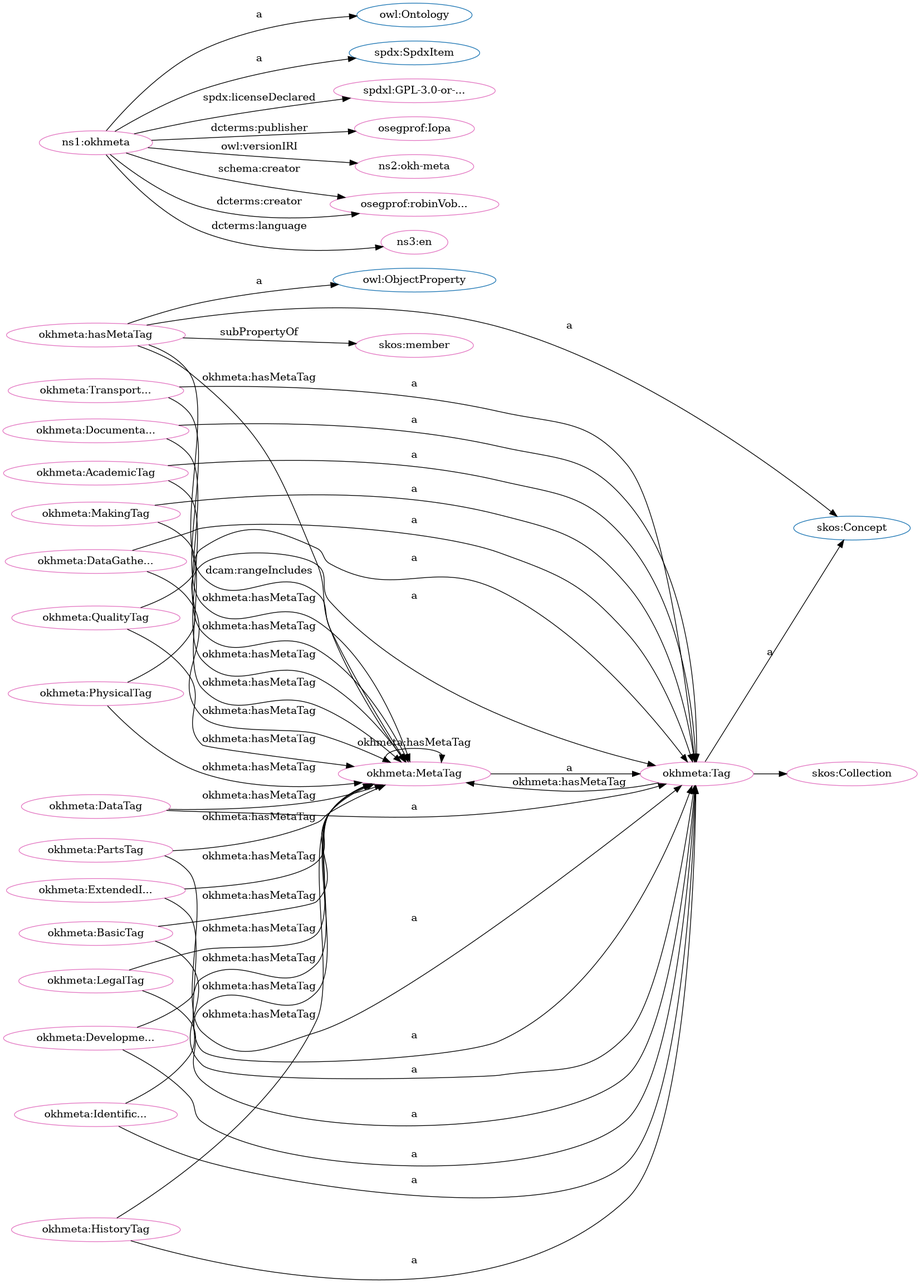
iop-alliance/OpenKnowHow keeps this Graphviz diagram as src/spec/dot_okh-meta.png. Above is the earlier version. Its source is kept beside it as src/spec/dot_okh-meta.dot.
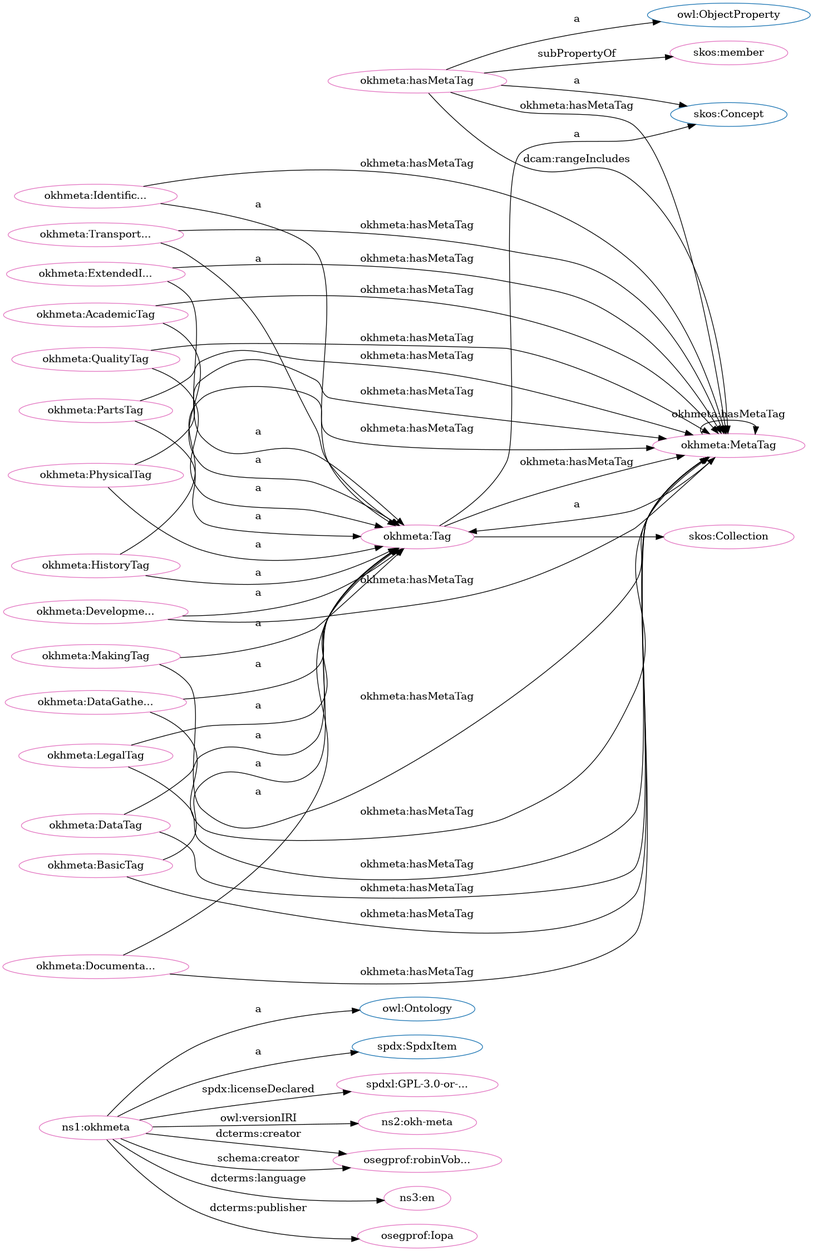
After the commit.

The edit, as a diff of the source:
```diff
@@ -1,84 +1,84 @@
 digraph G {
   rankdir=BT
   node[height=.3]
+"http://www.w3.org/2002/07/owl#Ontology" [fillcolor="#1f77b4" color="#1f77b4" label="owl:Ontology"]
+"http://www.w3.org/2004/02/skos/core#Collection" [fillcolor="#1f77b4" color="#1f77b4" label="skos:Collection"]
+"http://spdx.org/rdf/terms#SpdxItem" [fillcolor="#1f77b4" color="#1f77b4" label="spdx:SpdxItem"]
+"http://www.w3.org/2004/02/skos/core#Concept" [fillcolor="#1f77b4" color="#1f77b4" label="skos:Concept"]
 "http://www.w3.org/2002/07/owl#ObjectProperty" [fillcolor="#1f77b4" color="#1f77b4" label="owl:ObjectProperty"]
 "http://w3id.org/oseg/ont/okhmeta#Tag" [fillcolor="#1f77b4" color="#1f77b4" label="okhmeta:Tag"]
-"http://www.w3.org/2004/02/skos/core#Collection" [fillcolor="#1f77b4" color="#1f77b4" label="skos:Collection"]
-"http://www.w3.org/2004/02/skos/core#Concept" [fillcolor="#1f77b4" color="#1f77b4" label="skos:Concept"]
-"http://www.w3.org/2002/07/owl#Ontology" [fillcolor="#1f77b4" color="#1f77b4" label="owl:Ontology"]
-"http://spdx.org/rdf/terms#SpdxItem" [fillcolor="#1f77b4" color="#1f77b4" label="spdx:SpdxItem"]
+"http://w3id.org/oseg/ont/okhmeta" [fillcolor="#e377c2" color="#e377c2" label="ns1:okhmeta"]
+"http://w3id.org/oseg/ont/okhmeta#QualityTag" [fillcolor="#e377c2" color="#e377c2" label="okhmeta:QualityTag"]
+"http://spdx.org/licenses/GPL-3.0-or-later" [fillcolor="#e377c2" color="#e377c2" label="spdxl:GPL-3.0-or-..."]
+"http://w3id.org/oseg/ont/1.1.0/okh-meta" [fillcolor="#e377c2" color="#e377c2" label="ns2:okh-meta"]
 "http://w3id.org/oseg/ont/okhmeta#MetaTag" [fillcolor="#e377c2" color="#e377c2" label="okhmeta:MetaTag"]
-"http://spdx.org/licenses/GPL-3.0-or-later" [fillcolor="#e377c2" color="#e377c2" label="spdxl:GPL-3.0-or-..."]
+"http://w3id.org/oseg/ont/okhmeta#Tag" [fillcolor="#e377c2" color="#e377c2" label="okhmeta:Tag"]
+"http://w3id.org/oseg/ont/okhmeta#DataTag" [fillcolor="#e377c2" color="#e377c2" label="okhmeta:DataTag"]
+"http://w3id.org/oseg/ont/okhmeta#IdentificationTag" [fillcolor="#e377c2" color="#e377c2" label="okhmeta:Identific..."]
+"http://w3id.org/oseg/ont/okhmeta#MakingTag" [fillcolor="#e377c2" color="#e377c2" label="okhmeta:MakingTag"]
+"http://w3id.org/oseg/ont/okhmeta#LegalTag" [fillcolor="#e377c2" color="#e377c2" label="okhmeta:LegalTag"]
+"http://www.w3.org/2004/02/skos/core#member" [fillcolor="#e377c2" color="#e377c2" label="skos:member"]
+"http://w3id.org/oseg/ont/okhmeta#TransportationTag" [fillcolor="#e377c2" color="#e377c2" label="okhmeta:Transport..."]
+"http://w3id.org/oseg/ont/okhmeta#ExtendedInfoTag" [fillcolor="#e377c2" color="#e377c2" label="okhmeta:ExtendedI..."]
+"http://w3id.org/oseg/ont/oseg-profiles#robinVobruba" [fillcolor="#e377c2" color="#e377c2" label="osegprof:robinVob..."]
+"http://w3id.org/oseg/ont/okhmeta#DevelopmentTag" [fillcolor="#e377c2" color="#e377c2" label="okhmeta:Developme..."]
+"http://w3id.org/oseg/ont/okhmeta#DocumentationTag" [fillcolor="#e377c2" color="#e377c2" label="okhmeta:Documenta..."]
 "http://w3id.org/oseg/ont/okhmeta#hasMetaTag" [fillcolor="#e377c2" color="#e377c2" label="okhmeta:hasMetaTag"]
-"http://w3id.org/oseg/ont/okhmeta#MakingTag" [fillcolor="#e377c2" color="#e377c2" label="okhmeta:MakingTag"]
+"http://w3id.org/oseg/ont/okhmeta#PhysicalTag" [fillcolor="#e377c2" color="#e377c2" label="okhmeta:PhysicalTag"]
+"http://w3id.org/oseg/ont/okhmeta#BasicTag" [fillcolor="#e377c2" color="#e377c2" label="okhmeta:BasicTag"]
 "http://w3id.org/oseg/ont/okhmeta#HistoryTag" [fillcolor="#e377c2" color="#e377c2" label="okhmeta:HistoryTag"]
 "http://w3id.org/oseg/ont/okhmeta#DataGatheringTag" [fillcolor="#e377c2" color="#e377c2" label="okhmeta:DataGathe..."]
-"http://w3id.org/oseg/ont/okhmeta#BasicTag" [fillcolor="#e377c2" color="#e377c2" label="okhmeta:BasicTag"]
-"http://w3id.org/oseg/ont/okhmeta#DataTag" [fillcolor="#e377c2" color="#e377c2" label="okhmeta:DataTag"]
+"http://w3id.org/oseg/ont/okhmeta#PartsTag" [fillcolor="#e377c2" color="#e377c2" label="okhmeta:PartsTag"]
+"http://id.loc.gov/vocabulary/iso639-1/en" [fillcolor="#e377c2" color="#e377c2" label="ns3:en"]
+"http://www.w3.org/2004/02/skos/core#Collection" [fillcolor="#e377c2" color="#e377c2" label="skos:Collection"]
+"http://w3id.org/oseg/ont/okhmeta#AcademicTag" [fillcolor="#e377c2" color="#e377c2" label="okhmeta:AcademicTag"]
 "http://w3id.org/oseg/ont/oseg-profiles#Iopa" [fillcolor="#e377c2" color="#e377c2" label="osegprof:Iopa"]
-"http://w3id.org/oseg/ont/okhmeta#DocumentationTag" [fillcolor="#e377c2" color="#e377c2" label="okhmeta:Documenta..."]
-"http://w3id.org/oseg/ont/okhmeta" [fillcolor="#e377c2" color="#e377c2" label="ns1:okhmeta"]
-"http://w3id.org/oseg/ont/okhmeta#PhysicalTag" [fillcolor="#e377c2" color="#e377c2" label="okhmeta:PhysicalTag"]
-"http://w3id.org/oseg/ont/okhmeta#AcademicTag" [fillcolor="#e377c2" color="#e377c2" label="okhmeta:AcademicTag"]
-"http://w3id.org/oseg/ont/okhmeta#IdentificationTag" [fillcolor="#e377c2" color="#e377c2" label="okhmeta:Identific..."]
-"http://w3id.org/oseg/ont/1.1.0/okh-meta" [fillcolor="#e377c2" color="#e377c2" label="ns2:okh-meta"]
-"http://w3id.org/oseg/ont/oseg-profiles#robinVobruba" [fillcolor="#e377c2" color="#e377c2" label="osegprof:robinVob..."]
-"http://w3id.org/oseg/ont/okhmeta#PartsTag" [fillcolor="#e377c2" color="#e377c2" label="okhmeta:PartsTag"]
-"http://www.w3.org/2004/02/skos/core#Collection" [fillcolor="#e377c2" color="#e377c2" label="skos:Collection"]
-"http://w3id.org/oseg/ont/okhmeta#Tag" [fillcolor="#e377c2" color="#e377c2" label="okhmeta:Tag"]
-"http://w3id.org/oseg/ont/okhmeta#TransportationTag" [fillcolor="#e377c2" color="#e377c2" label="okhmeta:Transport..."]
-"http://id.loc.gov/vocabulary/iso639-1/en" [fillcolor="#e377c2" color="#e377c2" label="ns3:en"]
-"http://www.w3.org/2004/02/skos/core#member" [fillcolor="#e377c2" color="#e377c2" label="skos:member"]
-"http://w3id.org/oseg/ont/okhmeta#ExtendedInfoTag" [fillcolor="#e377c2" color="#e377c2" label="okhmeta:ExtendedI..."]
-"http://w3id.org/oseg/ont/okhmeta#LegalTag" [fillcolor="#e377c2" color="#e377c2" label="okhmeta:LegalTag"]
-"http://w3id.org/oseg/ont/okhmeta#DevelopmentTag" [fillcolor="#e377c2" color="#e377c2" label="okhmeta:Developme..."]
-"http://w3id.org/oseg/ont/okhmeta#QualityTag" [fillcolor="#e377c2" color="#e377c2" label="okhmeta:QualityTag"]
+  "http://w3id.org/oseg/ont/okhmeta#QualityTag" -> "http://w3id.org/oseg/ont/okhmeta#Tag" [label="a"]
+  "http://w3id.org/oseg/ont/okhmeta#hasMetaTag" -> "http://w3id.org/oseg/ont/okhmeta#MetaTag" [label="okhmeta:hasMetaTag"]
+  "http://w3id.org/oseg/ont/okhmeta#DataTag" -> "http://w3id.org/oseg/ont/okhmeta#Tag" [label="a"]
+  "http://w3id.org/oseg/ont/okhmeta#QualityTag" -> "http://w3id.org/oseg/ont/okhmeta#MetaTag" [label="okhmeta:hasMetaTag"]
+  "http://w3id.org/oseg/ont/okhmeta" -> "http://www.w3.org/2002/07/owl#Ontology" [label="a"]
+  "http://w3id.org/oseg/ont/okhmeta#ExtendedInfoTag" -> "http://w3id.org/oseg/ont/okhmeta#Tag" [label="a"]
+  "http://w3id.org/oseg/ont/okhmeta" -> "http://w3id.org/oseg/ont/oseg-profiles#robinVobruba" [label="dcterms:creator"]
+  "http://w3id.org/oseg/ont/okhmeta#ExtendedInfoTag" -> "http://w3id.org/oseg/ont/okhmeta#MetaTag" [label="okhmeta:hasMetaTag"]
+  "http://w3id.org/oseg/ont/okhmeta#DevelopmentTag" -> "http://w3id.org/oseg/ont/okhmeta#Tag" [label="a"]
+  "http://w3id.org/oseg/ont/okhmeta#DocumentationTag" -> "http://w3id.org/oseg/ont/okhmeta#Tag" [label="a"]
+  "http://w3id.org/oseg/ont/okhmeta#PhysicalTag" -> "http://w3id.org/oseg/ont/okhmeta#Tag" [label="a"]
+  "http://w3id.org/oseg/ont/okhmeta#MetaTag" -> "http://w3id.org/oseg/ont/okhmeta#Tag" [label="a"]
+  "http://w3id.org/oseg/ont/okhmeta#DevelopmentTag" -> "http://w3id.org/oseg/ont/okhmeta#MetaTag" [label="okhmeta:hasMetaTag"]
+  "http://w3id.org/oseg/ont/okhmeta#DocumentationTag" -> "http://w3id.org/oseg/ont/okhmeta#MetaTag" [label="okhmeta:hasMetaTag"]
+  "http://w3id.org/oseg/ont/okhmeta#PhysicalTag" -> "http://w3id.org/oseg/ont/okhmeta#MetaTag" [label="okhmeta:hasMetaTag"]
+  "http://w3id.org/oseg/ont/okhmeta#hasMetaTag" -> "http://www.w3.org/2004/02/skos/core#Concept" [label="a"]
+  "http://w3id.org/oseg/ont/okhmeta#DataGatheringTag" -> "http://w3id.org/oseg/ont/okhmeta#MetaTag" [label="okhmeta:hasMetaTag"]
+  "http://w3id.org/oseg/ont/okhmeta#DataGatheringTag" -> "http://w3id.org/oseg/ont/okhmeta#Tag" [label="a"]
+  "http://w3id.org/oseg/ont/okhmeta#DataTag" -> "http://w3id.org/oseg/ont/okhmeta#MetaTag" [label="okhmeta:hasMetaTag"]
+  "http://w3id.org/oseg/ont/okhmeta#PartsTag" -> "http://w3id.org/oseg/ont/okhmeta#Tag" [label="a"]
+  "http://w3id.org/oseg/ont/okhmeta#HistoryTag" -> "http://w3id.org/oseg/ont/okhmeta#MetaTag" [label="okhmeta:hasMetaTag"]
+  "http://w3id.org/oseg/ont/okhmeta#Tag" -> "http://www.w3.org/2004/02/skos/core#Collection" [label=""]
+  "http://w3id.org/oseg/ont/okhmeta#AcademicTag" -> "http://w3id.org/oseg/ont/okhmeta#MetaTag" [label="okhmeta:hasMetaTag"]
+  "http://w3id.org/oseg/ont/okhmeta#AcademicTag" -> "http://w3id.org/oseg/ont/okhmeta#Tag" [label="a"]
+  "http://w3id.org/oseg/ont/okhmeta#PartsTag" -> "http://w3id.org/oseg/ont/okhmeta#MetaTag" [label="okhmeta:hasMetaTag"]
+  "http://w3id.org/oseg/ont/okhmeta" -> "http://w3id.org/oseg/ont/oseg-profiles#Iopa" [label="dcterms:publisher"]
+  "http://w3id.org/oseg/ont/okhmeta" -> "http://spdx.org/rdf/terms#SpdxItem" [label="a"]
+  "http://w3id.org/oseg/ont/okhmeta" -> "http://spdx.org/licenses/GPL-3.0-or-later" [label="spdx:licenseDeclared"]
+  "http://w3id.org/oseg/ont/okhmeta" -> "http://w3id.org/oseg/ont/1.1.0/okh-meta" [label="owl:versionIRI"]
+  "http://w3id.org/oseg/ont/okhmeta#Tag" -> "http://www.w3.org/2004/02/skos/core#Concept" [label="a"]
+  "http://w3id.org/oseg/ont/okhmeta#IdentificationTag" -> "http://w3id.org/oseg/ont/okhmeta#MetaTag" [label="okhmeta:hasMetaTag"]
+  "http://w3id.org/oseg/ont/okhmeta#IdentificationTag" -> "http://w3id.org/oseg/ont/okhmeta#Tag" [label="a"]
+  "http://w3id.org/oseg/ont/okhmeta#MakingTag" -> "http://w3id.org/oseg/ont/okhmeta#Tag" [label="a"]
+  "http://w3id.org/oseg/ont/okhmeta#MetaTag" -> "http://w3id.org/oseg/ont/okhmeta#MetaTag" [label="okhmeta:hasMetaTag"]
+  "http://w3id.org/oseg/ont/okhmeta#MakingTag" -> "http://w3id.org/oseg/ont/okhmeta#MetaTag" [label="okhmeta:hasMetaTag"]
+  "http://w3id.org/oseg/ont/okhmeta#LegalTag" -> "http://w3id.org/oseg/ont/okhmeta#Tag" [label="a"]
+  "http://w3id.org/oseg/ont/okhmeta#hasMetaTag" -> "http://www.w3.org/2004/02/skos/core#member" [label="subPropertyOf"]
+  "http://w3id.org/oseg/ont/okhmeta#TransportationTag" -> "http://w3id.org/oseg/ont/okhmeta#Tag" [label="a"]
+  "http://w3id.org/oseg/ont/okhmeta#LegalTag" -> "http://w3id.org/oseg/ont/okhmeta#MetaTag" [label="okhmeta:hasMetaTag"]
+  "http://w3id.org/oseg/ont/okhmeta#TransportationTag" -> "http://w3id.org/oseg/ont/okhmeta#MetaTag" [label="okhmeta:hasMetaTag"]
+  "http://w3id.org/oseg/ont/okhmeta#Tag" -> "http://w3id.org/oseg/ont/okhmeta#MetaTag" [label="okhmeta:hasMetaTag"]
+  "http://w3id.org/oseg/ont/okhmeta#hasMetaTag" -> "http://www.w3.org/2002/07/owl#ObjectProperty" [label="a"]
+  "http://w3id.org/oseg/ont/okhmeta#BasicTag" -> "http://w3id.org/oseg/ont/okhmeta#Tag" [label="a"]
+  "http://w3id.org/oseg/ont/okhmeta#hasMetaTag" -> "http://w3id.org/oseg/ont/okhmeta#MetaTag" [label="dcam:rangeIncludes"]
+  "http://w3id.org/oseg/ont/okhmeta#HistoryTag" -> "http://w3id.org/oseg/ont/okhmeta#Tag" [label="a"]
   "http://w3id.org/oseg/ont/okhmeta#BasicTag" -> "http://w3id.org/oseg/ont/okhmeta#MetaTag" [label="okhmeta:hasMetaTag"]
-  "http://w3id.org/oseg/ont/okhmeta#MetaTag" -> "http://w3id.org/oseg/ont/okhmeta#MetaTag" [label="okhmeta:hasMetaTag"]
-  "http://w3id.org/oseg/ont/okhmeta#ExtendedInfoTag" -> "http://w3id.org/oseg/ont/okhmeta#MetaTag" [label="okhmeta:hasMetaTag"]
-  "http://w3id.org/oseg/ont/okhmeta#HistoryTag" -> "http://w3id.org/oseg/ont/okhmeta#Tag" [label="a"]
-  "http://w3id.org/oseg/ont/okhmeta#DataGatheringTag" -> "http://w3id.org/oseg/ont/okhmeta#Tag" [label="a"]
-  "http://w3id.org/oseg/ont/okhmeta#AcademicTag" -> "http://w3id.org/oseg/ont/okhmeta#MetaTag" [label="okhmeta:hasMetaTag"]
-  "http://w3id.org/oseg/ont/okhmeta#DevelopmentTag" -> "http://w3id.org/oseg/ont/okhmeta#MetaTag" [label="okhmeta:hasMetaTag"]
-  "http://w3id.org/oseg/ont/okhmeta#BasicTag" -> "http://w3id.org/oseg/ont/okhmeta#Tag" [label="a"]
-  "http://w3id.org/oseg/ont/okhmeta" -> "http://w3id.org/oseg/ont/oseg-profiles#Iopa" [label="dcterms:publisher"]
-  "http://w3id.org/oseg/ont/okhmeta#MetaTag" -> "http://w3id.org/oseg/ont/okhmeta#Tag" [label="a"]
-  "http://w3id.org/oseg/ont/okhmeta#AcademicTag" -> "http://w3id.org/oseg/ont/okhmeta#Tag" [label="a"]
-  "http://w3id.org/oseg/ont/okhmeta#MakingTag" -> "http://w3id.org/oseg/ont/okhmeta#MetaTag" [label="okhmeta:hasMetaTag"]
-  "http://w3id.org/oseg/ont/okhmeta#hasMetaTag" -> "http://w3id.org/oseg/ont/okhmeta#MetaTag" [label="okhmeta:hasMetaTag"]
   "http://w3id.org/oseg/ont/okhmeta" -> "http://w3id.org/oseg/ont/oseg-profiles#robinVobruba" [label="schema:creator"]
-  "http://w3id.org/oseg/ont/okhmeta#PartsTag" -> "http://w3id.org/oseg/ont/okhmeta#Tag" [label="a"]
-  "http://w3id.org/oseg/ont/okhmeta" -> "http://w3id.org/oseg/ont/oseg-profiles#robinVobruba" [label="dcterms:creator"]
-  "http://w3id.org/oseg/ont/okhmeta#Tag" -> "http://www.w3.org/2004/02/skos/core#Collection" [label=""]
-  "http://w3id.org/oseg/ont/okhmeta#hasMetaTag" -> "http://www.w3.org/2004/02/skos/core#member" [label="subPropertyOf"]
-  "http://w3id.org/oseg/ont/okhmeta#Tag" -> "http://w3id.org/oseg/ont/okhmeta#MetaTag" [label="okhmeta:hasMetaTag"]
-  "http://w3id.org/oseg/ont/okhmeta#PhysicalTag" -> "http://w3id.org/oseg/ont/okhmeta#MetaTag" [label="okhmeta:hasMetaTag"]
-  "http://w3id.org/oseg/ont/okhmeta#ExtendedInfoTag" -> "http://w3id.org/oseg/ont/okhmeta#Tag" [label="a"]
-  "http://w3id.org/oseg/ont/okhmeta#IdentificationTag" -> "http://w3id.org/oseg/ont/okhmeta#MetaTag" [label="okhmeta:hasMetaTag"]
-  "http://w3id.org/oseg/ont/okhmeta#DevelopmentTag" -> "http://w3id.org/oseg/ont/okhmeta#Tag" [label="a"]
-  "http://w3id.org/oseg/ont/okhmeta#DataGatheringTag" -> "http://w3id.org/oseg/ont/okhmeta#MetaTag" [label="okhmeta:hasMetaTag"]
-  "http://w3id.org/oseg/ont/okhmeta" -> "http://spdx.org/licenses/GPL-3.0-or-later" [label="spdx:licenseDeclared"]
-  "http://w3id.org/oseg/ont/okhmeta#hasMetaTag" -> "http://www.w3.org/2004/02/skos/core#Concept" [label="a"]
-  "http://w3id.org/oseg/ont/okhmeta#MakingTag" -> "http://w3id.org/oseg/ont/okhmeta#Tag" [label="a"]
-  "http://w3id.org/oseg/ont/okhmeta#LegalTag" -> "http://w3id.org/oseg/ont/okhmeta#MetaTag" [label="okhmeta:hasMetaTag"]
-  "http://w3id.org/oseg/ont/okhmeta#hasMetaTag" -> "http://www.w3.org/2002/07/owl#ObjectProperty" [label="a"]
-  "http://w3id.org/oseg/ont/okhmeta#DataTag" -> "http://w3id.org/oseg/ont/okhmeta#Tag" [label="a"]
-  "http://w3id.org/oseg/ont/okhmeta#DocumentationTag" -> "http://w3id.org/oseg/ont/okhmeta#Tag" [label="a"]
-  "http://w3id.org/oseg/ont/okhmeta#PartsTag" -> "http://w3id.org/oseg/ont/okhmeta#MetaTag" [label="okhmeta:hasMetaTag"]
-  "http://w3id.org/oseg/ont/okhmeta" -> "http://www.w3.org/2002/07/owl#Ontology" [label="a"]
-  "http://w3id.org/oseg/ont/okhmeta#PhysicalTag" -> "http://w3id.org/oseg/ont/okhmeta#Tag" [label="a"]
-  "http://w3id.org/oseg/ont/okhmeta" -> "http://spdx.org/rdf/terms#SpdxItem" [label="a"]
-  "http://w3id.org/oseg/ont/okhmeta#IdentificationTag" -> "http://w3id.org/oseg/ont/okhmeta#Tag" [label="a"]
-  "http://w3id.org/oseg/ont/okhmeta" -> "http://w3id.org/oseg/ont/1.1.0/okh-meta" [label="owl:versionIRI"]
-  "http://w3id.org/oseg/ont/okhmeta#TransportationTag" -> "http://w3id.org/oseg/ont/okhmeta#MetaTag" [label="okhmeta:hasMetaTag"]
-  "http://w3id.org/oseg/ont/okhmeta#HistoryTag" -> "http://w3id.org/oseg/ont/okhmeta#MetaTag" [label="okhmeta:hasMetaTag"]
-  "http://w3id.org/oseg/ont/okhmeta#TransportationTag" -> "http://w3id.org/oseg/ont/okhmeta#Tag" [label="a"]
-  "http://w3id.org/oseg/ont/okhmeta#Tag" -> "http://www.w3.org/2004/02/skos/core#Concept" [label="a"]
-  "http://w3id.org/oseg/ont/okhmeta#DocumentationTag" -> "http://w3id.org/oseg/ont/okhmeta#MetaTag" [label="okhmeta:hasMetaTag"]
   "http://w3id.org/oseg/ont/okhmeta" -> "http://id.loc.gov/vocabulary/iso639-1/en" [label="dcterms:language"]
-  "http://w3id.org/oseg/ont/okhmeta#QualityTag" -> "http://w3id.org/oseg/ont/okhmeta#MetaTag" [label="okhmeta:hasMetaTag"]
-  "http://w3id.org/oseg/ont/okhmeta#LegalTag" -> "http://w3id.org/oseg/ont/okhmeta#Tag" [label="a"]
-  "http://w3id.org/oseg/ont/okhmeta#hasMetaTag" -> "http://w3id.org/oseg/ont/okhmeta#MetaTag" [label="dcam:rangeIncludes"]
-  "http://w3id.org/oseg/ont/okhmeta#DataTag" -> "http://w3id.org/oseg/ont/okhmeta#MetaTag" [label="okhmeta:hasMetaTag"]
-  "http://w3id.org/oseg/ont/okhmeta#QualityTag" -> "http://w3id.org/oseg/ont/okhmeta#Tag" [label="a"]
 }
```
